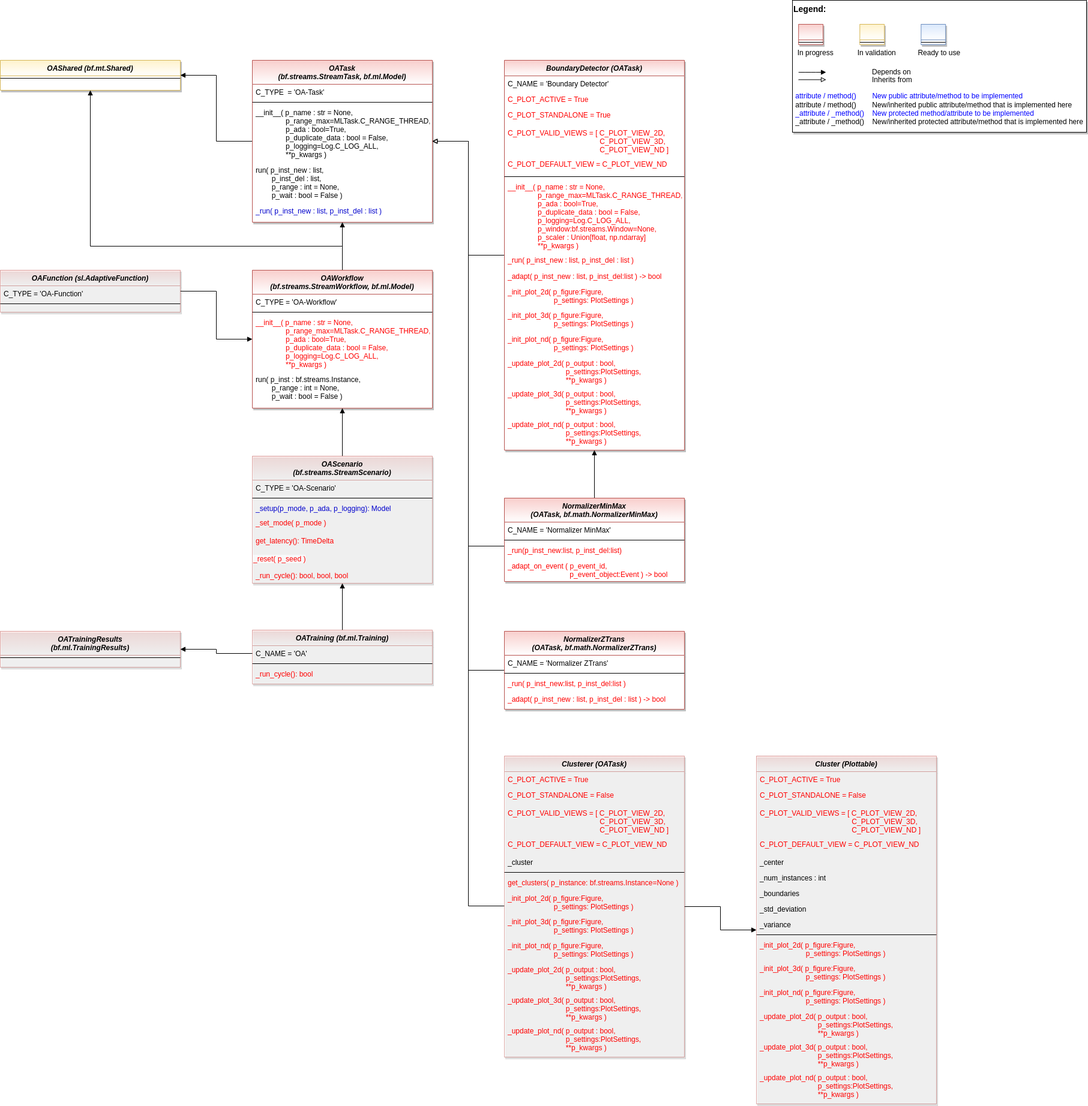
Before: doc/rtd/content/append2/core/images/oa/MLPro-OA-Proc_class_diagram.drawio.png, a diagram exported from draw.io (fhswf/MLPro). Source tidied: cells renumbered, new cells last; positions are measured from the earlier drawing's top-left corner, leaving out a move shared by most shapes.
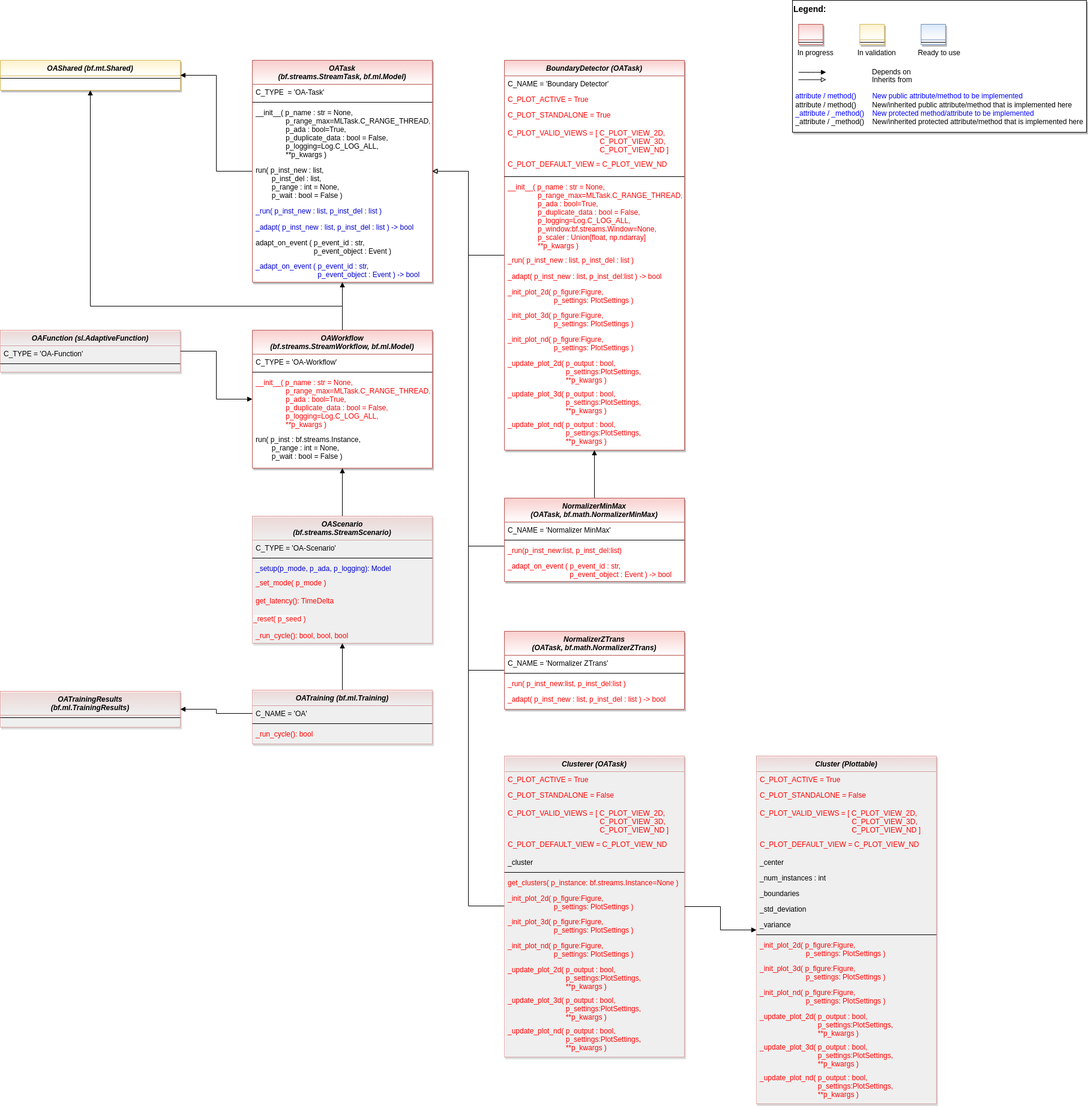
After the commit.

What changed in the source:
```diff
@@ -6,7 +6,7 @@
       <mxGeometry relative="1" as="geometry" />
     </mxCell>
     <mxCell id="3" value="OATask &#10;(bf.streams.StreamTask, bf.ml.Model)" style="swimlane;fontStyle=3;align=center;verticalAlign=top;horizontal=1;startSize=40;rounded=0;shadow=1;strokeWidth=1;fillColor=#f8cecc;strokeColor=#b85450;swimlaneFillColor=#ffffff;gradientColor=#FFFFFF;" parent="1" vertex="1">
-      <mxGeometry x="420" y="100" width="300" height="270" as="geometry" />
+      <mxGeometry x="420" y="100" width="300" height="370" as="geometry" />
     </mxCell>
     <mxCell id="4" value="C_TYPE  = 'OA-Task'" style="text;align=left;verticalAlign=top;spacingLeft=4;spacingRight=4;overflow=hidden;" parent="3" vertex="1">
       <mxGeometry y="40" width="300" height="26" as="geometry" />
@@ -23,6 +23,15 @@
     <mxCell id="8" value="_run( p_inst_new : list, p_inst_del : list )" style="text;align=left;verticalAlign=top;spacingLeft=4;spacingRight=4;overflow=hidden;fontColor=#0000CC;" parent="3" vertex="1">
       <mxGeometry y="238" width="300" height="27" as="geometry" />
     </mxCell>
+    <mxCell id="112" value="_adapt( p_inst_new : list, p_inst_del : list ) -&gt; bool" style="text;align=left;verticalAlign=top;spacingLeft=4;spacingRight=4;overflow=hidden;fontColor=#0000CC;" parent="3" vertex="1">
+      <mxGeometry y="265" width="300" height="26" as="geometry" />
+    </mxCell>
+    <mxCell id="113" value="adapt_on_event ( p_event_id : str, &#10;                             p_event_object : Event )" style="text;align=left;verticalAlign=top;spacingLeft=4;spacingRight=4;overflow=hidden;fontColor=default;" parent="3" vertex="1">
+      <mxGeometry y="291" width="300" height="39" as="geometry" />
+    </mxCell>
+    <mxCell id="114" value="_adapt_on_event ( p_event_id : str, &#10;                               p_event_object : Event ) -&gt; bool" style="text;align=left;verticalAlign=top;spacingLeft=4;spacingRight=4;overflow=hidden;fontColor=#0000CC;" parent="3" vertex="1">
+      <mxGeometry y="330" width="300" height="39" as="geometry" />
+    </mxCell>
     <mxCell id="9" style="group;" parent="1" vertex="1">
       <mxGeometry x="1320" width="490" height="220" as="geometry" />
     </mxCell>
@@ -70,13 +79,13 @@
     <mxCell id="20" style="edgeStyle=orthogonalEdgeStyle;rounded=0;jettySize=auto;html=1;fontColor=#FF0000;endArrow=block;endFill=1;exitX=0.5;exitY=0;exitDx=0;exitDy=0;entryX=0.5;entryY=1;entryDx=0;entryDy=0;" parent="1" edge="1" source="21" target="75">
       <mxGeometry relative="1" as="geometry">
         <Array as="points">
-          <mxPoint x="570" y="410" />
-          <mxPoint x="150" y="410" />
+          <mxPoint x="570" y="510" />
+          <mxPoint x="150" y="510" />
         </Array>
       </mxGeometry>
     </mxCell>
     <mxCell id="21" value="OAWorkflow &#10;(bf.streams.StreamWorkflow, bf.ml.Model)" style="swimlane;fontStyle=3;align=center;verticalAlign=top;horizontal=1;startSize=40;rounded=0;shadow=1;strokeWidth=1;fillColor=#f8cecc;strokeColor=#b85450;swimlaneFillColor=#ffffff;gradientColor=#FFFFFF;" parent="1" vertex="1">
-      <mxGeometry x="420" y="450" width="300" height="230" as="geometry" />
+      <mxGeometry x="420" y="550" width="300" height="230" as="geometry" />
     </mxCell>
     <mxCell id="22" value="C_TYPE = 'OA-Workflow'" style="text;align=left;verticalAlign=top;spacingLeft=4;spacingRight=4;overflow=hidden;" parent="21" vertex="1">
       <mxGeometry y="40" width="300" height="26" as="geometry" />
@@ -94,7 +103,7 @@
       <mxGeometry relative="1" as="geometry" />
     </mxCell>
     <mxCell id="27" value="OAScenario &#10;(bf.streams.StreamScenario)" style="swimlane;fontStyle=3;align=center;verticalAlign=top;horizontal=1;startSize=40;rounded=0;shadow=1;strokeWidth=1;fillColor=#f8cecc;strokeColor=#b85450;swimlaneFillColor=#ffffff;gradientColor=#ffffff;opacity=50;" parent="1" vertex="1">
-      <mxGeometry x="420" y="760" width="300" height="212" as="geometry" />
+      <mxGeometry x="420" y="860" width="300" height="212" as="geometry" />
     </mxCell>
     <mxCell id="28" value="C_TYPE = 'OA-Scenario'" style="text;align=left;verticalAlign=top;spacingLeft=4;spacingRight=4;overflow=hidden;" parent="27" vertex="1">
       <mxGeometry y="40" width="300" height="26" as="geometry" />
@@ -121,7 +130,7 @@
       <mxGeometry relative="1" as="geometry" />
     </mxCell>
     <mxCell id="36" value="OATraining (bf.ml.Training)" style="swimlane;fontStyle=3;align=center;verticalAlign=top;horizontal=1;startSize=26;rounded=0;shadow=1;strokeWidth=1;fillColor=#f8cecc;strokeColor=#b85450;swimlaneFillColor=#ffffff;gradientColor=#ffffff;opacity=50;" parent="1" vertex="1">
-      <mxGeometry x="420" y="1050" width="300" height="90" as="geometry" />
+      <mxGeometry x="420" y="1150" width="300" height="90" as="geometry" />
     </mxCell>
     <mxCell id="37" value="C_NAME = 'OA'" style="text;align=left;verticalAlign=top;spacingLeft=4;spacingRight=4;overflow=hidden;points=[[0,0.5],[1,0.5]];portConstraint=eastwest;" parent="36" vertex="1">
       <mxGeometry y="26" width="300" height="26" as="geometry" />
@@ -133,7 +142,7 @@
       <mxGeometry y="60" width="300" height="24" as="geometry" />
     </mxCell>
     <mxCell id="40" value="OATrainingResults &#10;(bf.ml.TrainingResults)" style="swimlane;fontStyle=3;align=center;verticalAlign=top;horizontal=1;startSize=40;rounded=0;shadow=1;strokeWidth=1;fillColor=#f8cecc;strokeColor=#b85450;swimlaneFillColor=#ffffff;gradientColor=#ffffff;opacity=50;" parent="1" vertex="1">
-      <mxGeometry y="1052" width="300" height="60" as="geometry" />
+      <mxGeometry y="1152" width="300" height="60" as="geometry" />
     </mxCell>
     <mxCell id="41" style="line;html=1;strokeWidth=1;align=left;verticalAlign=middle;spacingTop=-1;spacingLeft=3;spacingRight=3;labelPosition=right;" parent="40" vertex="1">
       <mxGeometry y="40" width="300" height="8" as="geometry" />
@@ -142,7 +151,7 @@
       <mxGeometry relative="1" as="geometry">
         <Array as="points">
           <mxPoint x="780" y="1510" />
-          <mxPoint x="780" y="235" />
+          <mxPoint x="780" y="285" />
         </Array>
       </mxGeometry>
     </mxCell>
@@ -306,7 +315,7 @@
       <mxGeometry relative="1" as="geometry">
         <Array as="points">
           <mxPoint x="780" y="1117" />
-          <mxPoint x="780" y="235" />
+          <mxPoint x="780" y="285" />
         </Array>
       </mxGeometry>
     </mxCell>
@@ -329,7 +338,7 @@
       <mxGeometry relative="1" as="geometry" />
     </mxCell>
     <mxCell id="102" value="OAFunction (sl.AdaptiveFunction)" style="swimlane;fontStyle=3;align=center;verticalAlign=top;horizontal=1;startSize=26;rounded=0;shadow=1;strokeWidth=1;fillColor=#f8cecc;strokeColor=#b85450;swimlaneFillColor=#ffffff;gradientColor=#ffffff;opacity=50;" parent="1" vertex="1">
-      <mxGeometry y="450" width="300" height="70" as="geometry" />
+      <mxGeometry y="550" width="300" height="70" as="geometry" />
     </mxCell>
     <mxCell id="103" value="C_TYPE = 'OA-Function'" style="text;align=left;verticalAlign=top;spacingLeft=4;spacingRight=4;overflow=hidden;" parent="102" vertex="1">
       <mxGeometry y="26" width="300" height="26" as="geometry" />
@@ -341,7 +350,7 @@
       <mxGeometry relative="1" as="geometry">
         <Array as="points">
           <mxPoint x="780" y="910" />
-          <mxPoint x="780" y="235" />
+          <mxPoint x="780" y="285" />
         </Array>
       </mxGeometry>
     </mxCell>
@@ -360,7 +369,7 @@
     <mxCell id="110" value="_run(p_inst_new:list, p_inst_del:list)" style="text;align=left;verticalAlign=top;spacingLeft=4;spacingRight=4;overflow=hidden;fontColor=#FF0000;" parent="107" vertex="1">
       <mxGeometry y="74" width="300" height="26" as="geometry" />
     </mxCell>
-    <mxCell id="111" value="_adapt_on_event ( p_event_id, &#10;                               p_event_object:Event ) -&gt; bool" style="text;align=left;verticalAlign=top;spacingLeft=4;spacingRight=4;overflow=hidden;fontColor=#FF0000;" parent="107" vertex="1">
+    <mxCell id="111" value="_adapt_on_event ( p_event_id : str, &#10;                               p_event_object : Event ) -&gt; bool" style="text;align=left;verticalAlign=top;spacingLeft=4;spacingRight=4;overflow=hidden;fontColor=#FF0000;" parent="107" vertex="1">
       <mxGeometry y="100" width="300" height="39" as="geometry" />
     </mxCell>
   </root>
```
